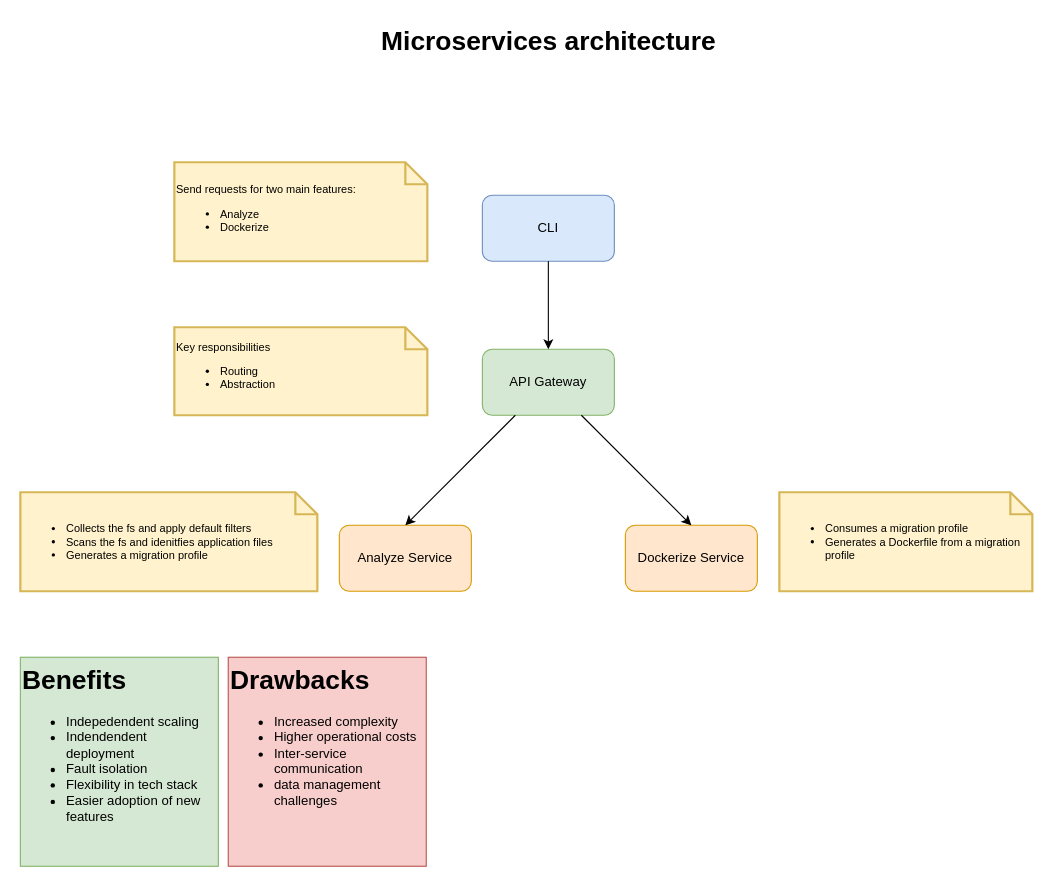
This is page "microservices-general-architecture" (3 of 5) of diagrams/core-unit.drawio from toni123321/vm-to-container-migrator, a draw.io file, before an edit. Source tidied: cells renumbered, new cells numbered last; positions are measured from the earlier drawing's top-left corner, leaving out a move shared by most shapes. Both pictures are drawn from the tidied source at 110%, with x=0, y=0 at pixel (20, 19).
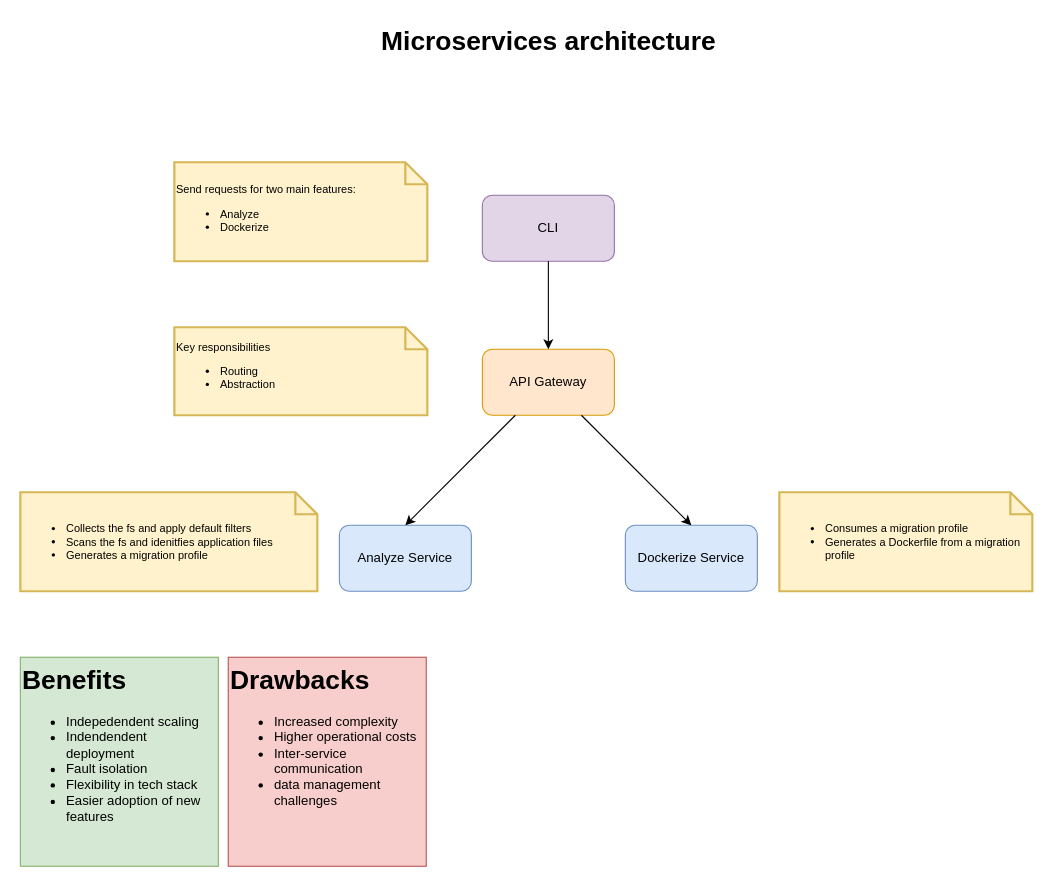
Above is the later version.

What changed in the source:
```diff
@@
 <mxGraphModel>
   <root>
     <mxCell id="0" />
     <mxCell id="1" parent="0" />
-    <mxCell id="2" value="CLI" style="rounded=1;whiteSpace=wrap;html=1;fillColor=#dae8fc;strokeColor=#6c8ebf;" parent="1" vertex="1">
+    <mxCell id="2" value="CLI" style="rounded=1;whiteSpace=wrap;html=1;fillColor=#e1d5e7;strokeColor=#9673a6;" parent="1" vertex="1">
       <mxGeometry x="420" y="160" width="120" height="60" as="geometry" />
     </mxCell>
-    <mxCell id="3" value="API Gateway" style="rounded=1;whiteSpace=wrap;html=1;fillColor=#d5e8d4;strokeColor=#82b366;" parent="1" vertex="1">
+    <mxCell id="3" value="API Gateway" style="rounded=1;whiteSpace=wrap;html=1;fillColor=#ffe6cc;strokeColor=#d79b00;" parent="1" vertex="1">
       <mxGeometry x="420" y="300" width="120" height="60" as="geometry" />
     </mxCell>
-    <mxCell id="4" value="Analyze Service" style="rounded=1;whiteSpace=wrap;html=1;fillColor=#ffe6cc;strokeColor=#d79b00;" parent="1" vertex="1">
+    <mxCell id="4" value="Analyze Service" style="rounded=1;whiteSpace=wrap;html=1;fillColor=#dae8fc;strokeColor=#6c8ebf;" parent="1" vertex="1">
       <mxGeometry x="290" y="460" width="120" height="60" as="geometry" />
     </mxCell>
-    <mxCell id="5" value="Dockerize Service" style="rounded=1;whiteSpace=wrap;html=1;fillColor=#ffe6cc;strokeColor=#d79b00;" parent="1" vertex="1">
+    <mxCell id="5" value="Dockerize Service" style="rounded=1;whiteSpace=wrap;html=1;fillColor=#dae8fc;strokeColor=#6c8ebf;" parent="1" vertex="1">
       <mxGeometry x="550" y="460" width="120" height="60" as="geometry" />
     </mxCell>
     <mxCell id="6" style="endArrow=classic;html=1;rounded=0;exitX=0.5;exitY=1;exitDx=0;exitDy=0;entryX=0.5;entryY=0;entryDx=0;entryDy=0;" parent="1" edge="1" source="2" target="3">
       <mxGeometry relative="1" as="geometry" />
     </mxCell>
     <mxCell id="7" value="&lt;div style=&quot;font-size: 10px;&quot;&gt;&lt;font style=&quot;font-size: 10px;&quot;&gt;Key responsibilities&lt;/font&gt;&lt;/div&gt;&lt;ul style=&quot;font-size: 10px;&quot;&gt;&lt;li&gt;&lt;span style=&quot;background-color: initial;&quot;&gt;Routing&lt;/span&gt;&lt;/li&gt;&lt;li&gt;&lt;span style=&quot;background-color: initial;&quot;&gt;&lt;font style=&quot;font-size: 10px;&quot;&gt;Abstraction&lt;/font&gt;&lt;/span&gt;&lt;/li&gt;&lt;/ul&gt;" style="shape=note;strokeWidth=2;fontSize=14;size=20;whiteSpace=wrap;html=1;fillColor=#fff2cc;strokeColor=#d6b656;fontColor=#000000;align=left;" parent="1" vertex="1">
       <mxGeometry x="140" y="280" width="230" height="80" as="geometry" />
     </mxCell>
     <mxCell id="8" value="&lt;font style=&quot;font-size: 10px;&quot;&gt;&lt;span style=&quot;color: rgb(0, 0, 0);&quot;&gt;Send requests for two main features:&lt;/span&gt;&lt;br style=&quot;color: rgb(0, 0, 0);&quot;&gt;&lt;/font&gt;&lt;ul style=&quot;color: rgb(0, 0, 0); font-size: 10px;&quot;&gt;&lt;li&gt;Analyze&lt;/li&gt;&lt;li&gt;Dockerize&lt;/li&gt;&lt;/ul&gt;" style="shape=note;strokeWidth=2;fontSize=14;size=20;whiteSpace=wrap;html=1;fillColor=#fff2cc;strokeColor=#d6b656;fontColor=#666600;align=left;" parent="1" vertex="1">
       <mxGeometry x="140" y="130" width="230" height="90" as="geometry" />
     </mxCell>
     <mxCell id="9" value="&lt;div style=&quot;font-size: 10px; line-height: 120%;&quot;&gt;&lt;ul style=&quot;line-height: 120%;&quot;&gt;&lt;li&gt;Collects the fs and apply default filters&lt;/li&gt;&lt;li&gt;Scans the fs and idenitfies application files&lt;/li&gt;&lt;li&gt;Generates a migration profile&lt;/li&gt;&lt;/ul&gt;&lt;/div&gt;" style="shape=note;strokeWidth=2;fontSize=14;size=20;whiteSpace=wrap;html=1;fillColor=#fff2cc;strokeColor=#d6b656;fontColor=#000000;align=left;" parent="1" vertex="1">
       <mxGeometry y="430" width="270" height="90" as="geometry" />
     </mxCell>
     <mxCell id="10" style="endArrow=classic;html=1;rounded=0;exitX=0.25;exitY=1;exitDx=0;exitDy=0;entryX=0.5;entryY=0;entryDx=0;entryDy=0;" parent="1" edge="1" source="3" target="4">
       <mxGeometry relative="1" as="geometry" />
     </mxCell>
     <mxCell id="11" style="endArrow=classic;html=1;rounded=0;exitX=0.75;exitY=1;exitDx=0;exitDy=0;entryX=0.5;entryY=0;entryDx=0;entryDy=0;" parent="1" edge="1" source="3" target="5">
       <mxGeometry relative="1" as="geometry" />
     </mxCell>
     <mxCell id="12" value="&lt;div style=&quot;font-size: 10px;&quot;&gt;&lt;ul style=&quot;&quot;&gt;&lt;li&gt;Consumes a migration profile&lt;/li&gt;&lt;li&gt;Generates a Dockerfile from a migration profile&lt;/li&gt;&lt;/ul&gt;&lt;/div&gt;" style="shape=note;strokeWidth=2;fontSize=14;size=20;whiteSpace=wrap;html=1;fillColor=#fff2cc;strokeColor=#d6b656;fontColor=#000000;align=left;" parent="1" vertex="1">
       <mxGeometry x="690" y="430" width="230" height="90" as="geometry" />
     </mxCell>
     <mxCell id="13" value="Microservices architecture" style="text;strokeColor=none;fillColor=none;html=1;fontSize=24;fontStyle=1;verticalAlign=middle;align=center;" parent="1" vertex="1">
       <mxGeometry x="365" width="230" height="40" as="geometry" />
     </mxCell>
     <mxCell id="14" value="&lt;h1 style=&quot;margin-top: 0px;&quot;&gt;Benefits&lt;/h1&gt;&lt;p&gt;&lt;/p&gt;&lt;ul&gt;&lt;li&gt;Indepedendent scaling&lt;/li&gt;&lt;li&gt;Indendendent deployment&lt;/li&gt;&lt;li&gt;Fault isolation&lt;/li&gt;&lt;li&gt;Flexibility in tech stack&lt;/li&gt;&lt;li&gt;Easier adoption of new features&lt;/li&gt;&lt;/ul&gt;&lt;p&gt;&lt;/p&gt;" style="text;html=1;whiteSpace=wrap;overflow=hidden;rounded=0;fillColor=#d5e8d4;strokeColor=#82b366;" parent="1" vertex="1">
       <mxGeometry y="580" width="180" height="190" as="geometry" />
     </mxCell>
     <mxCell id="15" value="&lt;h1 style=&quot;margin-top: 0px;&quot;&gt;Drawbacks&lt;/h1&gt;&lt;p&gt;&lt;/p&gt;&lt;ul&gt;&lt;li&gt;Increased complexity&lt;/li&gt;&lt;li&gt;Higher operational costs&lt;/li&gt;&lt;li&gt;Inter-service communication&lt;/li&gt;&lt;li&gt;data management challenges&lt;/li&gt;&lt;/ul&gt;&lt;p&gt;&lt;/p&gt;" style="text;html=1;whiteSpace=wrap;overflow=hidden;rounded=0;fillColor=#f8cecc;strokeColor=#b85450;" parent="1" vertex="1">
       <mxGeometry x="189" y="580" width="180" height="190" as="geometry" />
     </mxCell>
   </root>
 </mxGraphModel>
```
